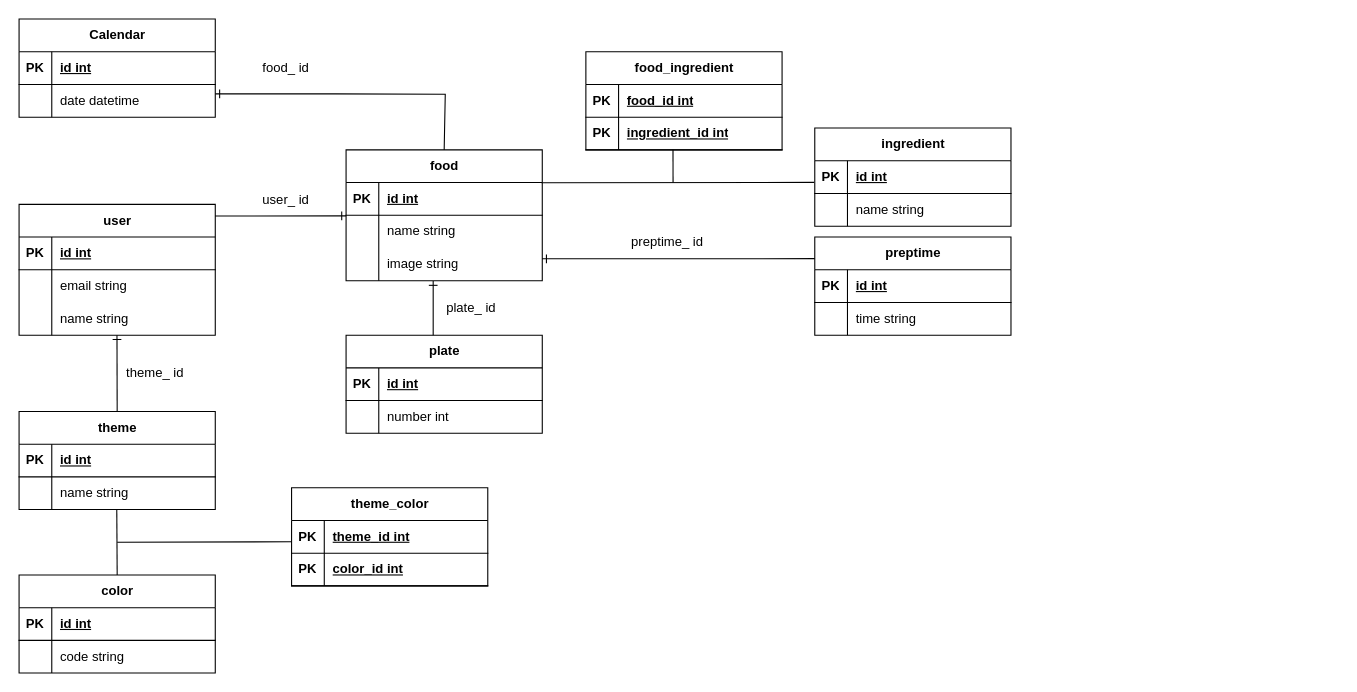
Earlier version of the draw.io diagram gourmand.drawio (Timeuh/Gourmand). Source tidied: cells renumbered, new cells numbered last; positions are measured from the earlier drawing's top-left corner, leaving out a move shared by most shapes. Both pictures are drawn from the tidied source at 109%, with x=0, y=0 at pixel (19, 19).
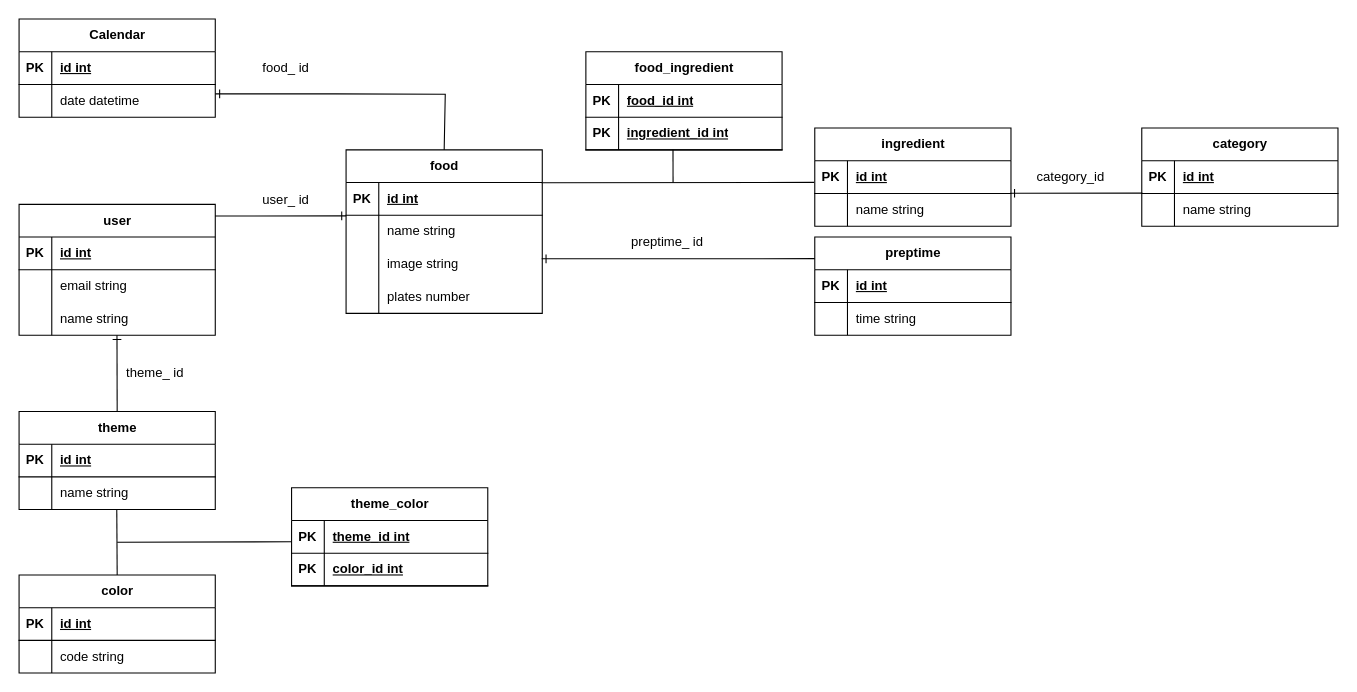
The same diagram, later.

Commit message:
🔧 update database diagram

The change refers to these unchanged cells:
```xml
<mxCell id="13" style="shape=tableRow;horizontal=0;startSize=0;swimlaneHead=0;swimlaneBody=0;fillColor=none;points=[[0,0.5],[1,0.5]];portConstraint=eastwest;top=0;left=0;right=0;bottom=1;" parent="12" vertex="1">
  <mxGeometry y="30" width="180" height="30" as="geometry" />
</mxCell>
<mxCell id="28" value="preptime" style="shape=table;startSize=30;childLayout=tableLayout;rowLines=0;fontStyle=1;align=center;html=1;" parent="1" vertex="1">
  <mxGeometry x="730" y="200" width="180" height="90" as="geometry" />
</mxCell>
```

Change to the diagram source:
```diff
@@
     <mxCell id="2" value="food" style="shape=table;startSize=30;childLayout=tableLayout;rowLines=0;fontStyle=1;align=center;html=1;" parent="1" vertex="1">
-      <mxGeometry x="300" y="120" width="180" height="120" as="geometry" />
+      <mxGeometry x="300" y="120" width="180" height="150" as="geometry" />
     </mxCell>
@@
+    <mxCell id="92" style="shape=tableRow;horizontal=0;startSize=0;swimlaneHead=0;swimlaneBody=0;fillColor=none;points=[[0,0.5],[1,0.5]];portConstraint=eastwest;top=0;left=0;right=0;bottom=0;" parent="2" vertex="1">
+      <mxGeometry y="90" width="180" height="30" as="geometry" />
+    </mxCell>
+    <mxCell id="93" style="shape=partialRectangle;fillColor=none;top=0;left=0;bottom=0;right=0;overflow=hidden;whiteSpace=wrap;html=1;" parent="92" vertex="1">
+      <mxGeometry width="30" height="30" as="geometry" />
+    </mxCell>
+    <mxCell id="94" value="image string" style="shape=partialRectangle;fillColor=none;top=0;left=0;bottom=0;right=0;align=left;spacingLeft=6;overflow=hidden;whiteSpace=wrap;html=1;" parent="92" vertex="1">
+      <mxGeometry x="30" width="150" height="30" as="geometry" />
+    </mxCell>
     <mxCell id="9" style="shape=tableRow;horizontal=0;startSize=0;swimlaneHead=0;swimlaneBody=0;fillColor=none;points=[[0,0.5],[1,0.5]];portConstraint=eastwest;top=0;left=0;right=0;bottom=0;" parent="2" vertex="1">
-      <mxGeometry y="90" width="180" height="30" as="geometry" />
+      <mxGeometry y="120" width="180" height="30" as="geometry" />
     </mxCell>
@@
-    <mxCell id="11" value="image string" style="shape=partialRectangle;fillColor=none;top=0;left=0;bottom=0;right=0;align=left;spacingLeft=6;overflow=hidden;whiteSpace=wrap;html=1;" parent="9" vertex="1">
+    <mxCell id="11" value="plates number" style="shape=partialRectangle;fillColor=none;top=0;left=0;bottom=0;right=0;align=left;spacingLeft=6;overflow=hidden;whiteSpace=wrap;html=1;" parent="9" vertex="1">
       <mxGeometry x="30" width="150" height="30" as="geometry" />
     </mxCell>
@@
-    <mxCell id="35" value="plate" style="shape=table;startSize=30;childLayout=tableLayout;rowLines=0;fontStyle=1;align=center;html=1;" parent="1" vertex="1">
-      <mxGeometry x="300" y="290" width="180" height="90" as="geometry" />
-    </mxCell>
-    <mxCell id="36" style="shape=tableRow;horizontal=0;startSize=0;swimlaneHead=0;swimlaneBody=0;fillColor=none;top=0;left=0;right=0;bottom=1;" parent="35" vertex="1">
-      <mxGeometry y="30" width="180" height="30" as="geometry" />
-    </mxCell>
-    <mxCell id="37" value="PK" style="shape=partialRectangle;fillColor=none;top=0;left=0;bottom=0;right=0;fontStyle=1;overflow=hidden;whiteSpace=wrap;html=1;" parent="36" vertex="1">
-      <mxGeometry width="30" height="30" as="geometry" />
-    </mxCell>
-    <mxCell id="38" value="id int" style="shape=partialRectangle;fillColor=none;top=0;left=0;bottom=0;right=0;align=left;spacingLeft=6;fontStyle=5;overflow=hidden;whiteSpace=wrap;html=1;" parent="36" vertex="1">
-      <mxGeometry x="30" width="150" height="30" as="geometry" />
-    </mxCell>
-    <mxCell id="39" style="shape=tableRow;horizontal=0;startSize=0;swimlaneHead=0;swimlaneBody=0;fillColor=none;points=[[0,0.5],[1,0.5]];portConstraint=eastwest;top=0;left=0;right=0;bottom=0;" parent="35" vertex="1">
-      <mxGeometry y="60" width="180" height="30" as="geometry" />
-    </mxCell>
-    <mxCell id="40" style="shape=partialRectangle;fillColor=none;top=0;left=0;bottom=0;right=0;overflow=hidden;whiteSpace=wrap;html=1;" parent="39" vertex="1">
-      <mxGeometry width="30" height="30" as="geometry" />
-    </mxCell>
-    <mxCell id="41" value="number int" style="shape=partialRectangle;fillColor=none;top=0;left=0;bottom=0;right=0;align=left;spacingLeft=6;overflow=hidden;whiteSpace=wrap;html=1;" parent="39" vertex="1">
-      <mxGeometry x="30" width="150" height="30" as="geometry" />
-    </mxCell>
-    <mxCell id="42" style="endArrow=none;html=1;rounded=0;entryX=0;entryY=0.22;entryDx=0;entryDy=0;startArrow=ERone;startFill=0;endFill=0;exitX=0.999;exitY=0.33;exitDx=0;exitDy=0;exitPerimeter=0;entryPerimeter=0;" parent="1" edge="1" source="9" target="28">
+    <mxCell id="42" style="endArrow=none;html=1;rounded=0;entryX=0;entryY=0.22;entryDx=0;entryDy=0;startArrow=ERone;startFill=0;endFill=0;exitX=0.997;exitY=0.33;exitDx=0;exitDy=0;entryPerimeter=0;exitPerimeter=0;" parent="1" edge="1" source="92" target="28">
       <mxGeometry relative="1" as="geometry" />
     </mxCell>
@@
-    <mxCell id="44" style="endArrow=none;html=1;rounded=0;entryX=0.444;entryY=0.001;entryDx=0;entryDy=0;startArrow=ERone;startFill=0;endFill=0;exitX=0.444;exitY=1.009;exitDx=0;exitDy=0;exitPerimeter=0;entryPerimeter=0;" parent="1" edge="1" source="9" target="35">
-      <mxGeometry relative="1" as="geometry" />
-    </mxCell>
-    <mxCell id="45" value="plate_ id" style="text;html=1;whiteSpace=wrap;strokeColor=none;fillColor=none;align=center;verticalAlign=middle;rounded=0;" parent="1" vertex="1">
-      <mxGeometry x="380" y="250" width="70" height="30" as="geometry" />
-    </mxCell>
@@
+    <mxCell id="95" value="category" style="shape=table;startSize=30;childLayout=tableLayout;rowLines=0;fontStyle=1;align=center;html=1;" parent="1" vertex="1">
+      <mxGeometry x="1030" y="100" width="180" height="90" as="geometry" />
+    </mxCell>
+    <mxCell id="36" style="shape=tableRow;horizontal=0;startSize=0;swimlaneHead=0;swimlaneBody=0;fillColor=none;top=0;left=0;right=0;bottom=1;" parent="95" vertex="1">
+      <mxGeometry y="30" width="180" height="30" as="geometry" />
+    </mxCell>
+    <mxCell id="37" value="PK" style="shape=partialRectangle;fillColor=none;top=0;left=0;bottom=0;right=0;fontStyle=1;overflow=hidden;whiteSpace=wrap;html=1;" parent="36" vertex="1">
+      <mxGeometry width="30" height="30" as="geometry" />
+    </mxCell>
+    <mxCell id="38" value="id int" style="shape=partialRectangle;fillColor=none;top=0;left=0;bottom=0;right=0;align=left;spacingLeft=6;fontStyle=5;overflow=hidden;whiteSpace=wrap;html=1;" parent="36" vertex="1">
+      <mxGeometry x="30" width="150" height="30" as="geometry" />
+    </mxCell>
+    <mxCell id="39" style="shape=tableRow;horizontal=0;startSize=0;swimlaneHead=0;swimlaneBody=0;fillColor=none;points=[[0,0.5],[1,0.5]];portConstraint=eastwest;top=0;left=0;right=0;bottom=0;" parent="95" vertex="1">
+      <mxGeometry y="60" width="180" height="30" as="geometry" />
+    </mxCell>
+    <mxCell id="96" style="shape=partialRectangle;fillColor=none;top=0;left=0;bottom=0;right=0;overflow=hidden;whiteSpace=wrap;html=1;" parent="39" vertex="1">
+      <mxGeometry width="30" height="30" as="geometry" />
+    </mxCell>
+    <mxCell id="97" value="name string" style="shape=partialRectangle;fillColor=none;top=0;left=0;bottom=0;right=0;align=left;spacingLeft=6;overflow=hidden;whiteSpace=wrap;html=1;" parent="39" vertex="1">
+      <mxGeometry x="30" width="150" height="30" as="geometry" />
+    </mxCell>
+    <mxCell id="98" style="endArrow=none;html=1;rounded=0;entryX=0.003;entryY=-0.01;entryDx=0;entryDy=0;startArrow=ERone;startFill=0;endFill=0;exitX=0.996;exitY=0.993;exitDx=0;exitDy=0;entryPerimeter=0;exitPerimeter=0;" parent="1" edge="1" source="13" target="39">
+      <mxGeometry relative="1" as="geometry" />
+    </mxCell>
+    <mxCell id="99" value="category_id" style="text;html=1;whiteSpace=wrap;strokeColor=none;fillColor=none;align=center;verticalAlign=middle;rounded=0;" parent="1" vertex="1">
+      <mxGeometry x="930" y="130" width="70" height="30" as="geometry" />
+    </mxCell>
```
